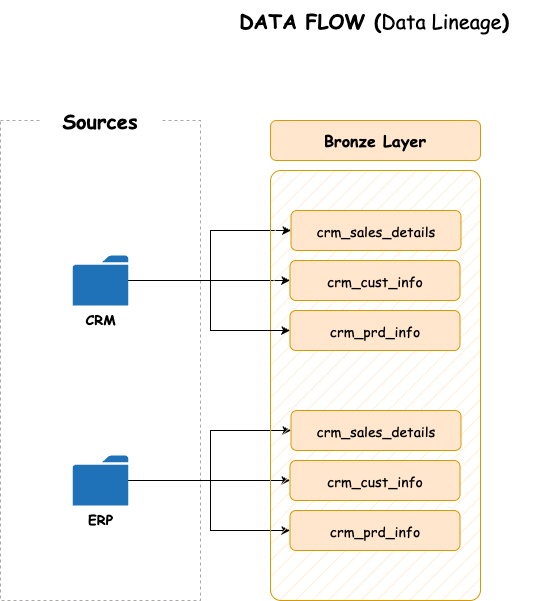
gloryodeyemi/SQL-Data-Warehouse keeps this draw.io diagram as docs/data_flow.png. Above is the earlier version. Source tidied: cells renumbered, new cells last; positions are measured from the earlier drawing's top-left corner, leaving out a move shared by most shapes.
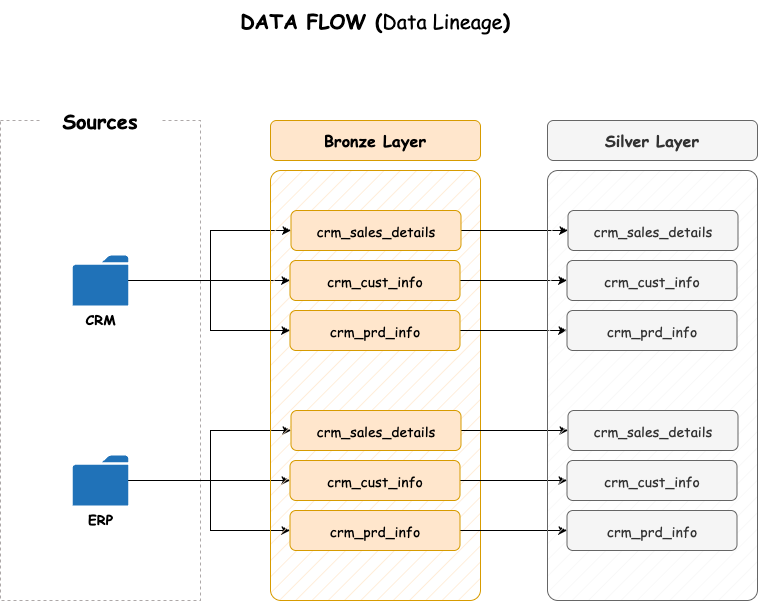
After the commit.

Commit message:
Data flow update

The edit, as a diff of the source:
```diff
@@ -50,12 +50,21 @@
     <mxCell id="12" value="&lt;span&gt;&lt;b&gt;Bronze Layer&lt;/b&gt;&lt;/span&gt;" style="rounded=1;whiteSpace=wrap;html=1;fillColor=#ffe6cc;strokeColor=#d79b00;fontFamily=Comic Sans MS;fontSize=16;fontStyle=0;" parent="1" vertex="1">
       <mxGeometry x="270" y="120" width="210" height="40" as="geometry" />
     </mxCell>
+    <mxCell id="21" style="edgeStyle=orthogonalEdgeStyle;rounded=0;jettySize=auto;html=1;entryX=0;entryY=0.5;entryDx=0;entryDy=0;" parent="1" edge="1" source="13" target="29">
+      <mxGeometry relative="1" as="geometry" />
+    </mxCell>
     <mxCell id="13" value="&lt;span&gt;&lt;font style=&quot;font-size: 14px;&quot;&gt;crm_sales_details&lt;/font&gt;&lt;/span&gt;" style="rounded=1;whiteSpace=wrap;html=1;fillColor=#ffe6cc;strokeColor=#d79b00;fontFamily=Comic Sans MS;fontSize=16;fontStyle=0;" parent="1" vertex="1">
       <mxGeometry x="290.5" y="210" width="170" height="40" as="geometry" />
     </mxCell>
+    <mxCell id="22" style="edgeStyle=orthogonalEdgeStyle;rounded=0;jettySize=auto;html=1;entryX=0;entryY=0.5;entryDx=0;entryDy=0;" parent="1" edge="1" source="14" target="30">
+      <mxGeometry relative="1" as="geometry" />
+    </mxCell>
     <mxCell id="14" value="&lt;span&gt;&lt;font style=&quot;font-size: 14px;&quot;&gt;crm_cust_info&lt;/font&gt;&lt;/span&gt;" style="rounded=1;whiteSpace=wrap;html=1;fillColor=#ffe6cc;strokeColor=#d79b00;fontFamily=Comic Sans MS;fontSize=16;fontStyle=0;" parent="1" vertex="1">
       <mxGeometry x="289.5" y="260" width="170" height="40" as="geometry" />
     </mxCell>
+    <mxCell id="23" style="edgeStyle=orthogonalEdgeStyle;rounded=0;jettySize=auto;html=1;entryX=0;entryY=0.5;entryDx=0;entryDy=0;" parent="1" edge="1" source="15" target="31">
+      <mxGeometry relative="1" as="geometry" />
+    </mxCell>
     <mxCell id="15" value="&lt;span&gt;&lt;font style=&quot;font-size: 14px;&quot;&gt;crm_prd_info&lt;/font&gt;&lt;/span&gt;" style="rounded=1;whiteSpace=wrap;html=1;fillColor=#ffe6cc;strokeColor=#d79b00;fontFamily=Comic Sans MS;fontSize=16;fontStyle=0;" parent="1" vertex="1">
       <mxGeometry x="289.5" y="310" width="170" height="40" as="geometry" />
     </mxCell>
@@ -67,17 +76,50 @@
         </Array>
       </mxGeometry>
     </mxCell>
+    <mxCell id="24" style="edgeStyle=orthogonalEdgeStyle;rounded=0;jettySize=auto;html=1;entryX=0;entryY=0.5;entryDx=0;entryDy=0;" parent="1" edge="1" source="17" target="32">
+      <mxGeometry relative="1" as="geometry" />
+    </mxCell>
     <mxCell id="17" value="&lt;span&gt;&lt;font style=&quot;font-size: 14px;&quot;&gt;crm_sales_details&lt;/font&gt;&lt;/span&gt;" style="rounded=1;whiteSpace=wrap;html=1;fillColor=#ffe6cc;strokeColor=#d79b00;fontFamily=Comic Sans MS;fontSize=16;fontStyle=0;" parent="1" vertex="1">
       <mxGeometry x="290.5" y="410" width="170" height="40" as="geometry" />
     </mxCell>
+    <mxCell id="25" style="edgeStyle=orthogonalEdgeStyle;rounded=0;jettySize=auto;html=1;" parent="1" edge="1" source="18" target="33">
+      <mxGeometry relative="1" as="geometry" />
+    </mxCell>
     <mxCell id="18" value="&lt;span&gt;&lt;font style=&quot;font-size: 14px;&quot;&gt;crm_cust_info&lt;/font&gt;&lt;/span&gt;" style="rounded=1;whiteSpace=wrap;html=1;fillColor=#ffe6cc;strokeColor=#d79b00;fontFamily=Comic Sans MS;fontSize=16;fontStyle=0;" parent="1" vertex="1">
       <mxGeometry x="289.5" y="460" width="170" height="40" as="geometry" />
     </mxCell>
+    <mxCell id="26" style="edgeStyle=orthogonalEdgeStyle;rounded=0;jettySize=auto;html=1;entryX=0;entryY=0.5;entryDx=0;entryDy=0;" parent="1" edge="1" source="19" target="34">
+      <mxGeometry relative="1" as="geometry" />
+    </mxCell>
     <mxCell id="19" value="&lt;span&gt;&lt;font style=&quot;font-size: 14px;&quot;&gt;crm_prd_info&lt;/font&gt;&lt;/span&gt;" style="rounded=1;whiteSpace=wrap;html=1;fillColor=#ffe6cc;strokeColor=#d79b00;fontFamily=Comic Sans MS;fontSize=16;fontStyle=0;" parent="1" vertex="1">
       <mxGeometry x="289.5" y="510" width="170" height="40" as="geometry" />
     </mxCell>
     <mxCell id="20" value="&lt;font style=&quot;font-size: 20px;&quot;&gt;&lt;b&gt;DATA FLOW (&lt;/b&gt;Data Lineage&lt;b&gt;)&lt;/b&gt;&lt;/font&gt;" style="rounded=0;whiteSpace=wrap;html=1;strokeColor=none;fontFamily=Comic Sans MS;" parent="1" vertex="1">
-      <mxGeometry x="201" width="346" height="40" as="geometry" />
+      <mxGeometry x="202" width="346" height="40" as="geometry" />
     </mxCell>
+    <mxCell id="27" style="rounded=1;whiteSpace=wrap;html=1;arcSize=5;fillColor=#f5f5f5;strokeColor=#666666;fillStyle=hatch;fontColor=#333333;" parent="1" vertex="1">
+      <mxGeometry x="547" y="170" width="210" height="430" as="geometry" />
+    </mxCell>
+    <mxCell id="28" value="&lt;span&gt;&lt;b&gt;Silver Layer&lt;/b&gt;&lt;/span&gt;" style="rounded=1;whiteSpace=wrap;html=1;fillColor=#f5f5f5;strokeColor=#666666;fontFamily=Comic Sans MS;fontSize=16;fontStyle=0;fontColor=#333333;" parent="1" vertex="1">
+      <mxGeometry x="547" y="120" width="210" height="40" as="geometry" />
+    </mxCell>
+    <mxCell id="29" value="&lt;span&gt;&lt;font style=&quot;font-size: 14px;&quot;&gt;crm_sales_details&lt;/font&gt;&lt;/span&gt;" style="rounded=1;whiteSpace=wrap;html=1;fillColor=#f5f5f5;strokeColor=#666666;fontFamily=Comic Sans MS;fontSize=16;fontStyle=0;fontColor=#333333;" parent="1" vertex="1">
+      <mxGeometry x="567.5" y="210" width="170" height="40" as="geometry" />
+    </mxCell>
+    <mxCell id="30" value="&lt;span&gt;&lt;font style=&quot;font-size: 14px;&quot;&gt;crm_cust_info&lt;/font&gt;&lt;/span&gt;" style="rounded=1;whiteSpace=wrap;html=1;fillColor=#f5f5f5;strokeColor=#666666;fontFamily=Comic Sans MS;fontSize=16;fontStyle=0;fontColor=#333333;" parent="1" vertex="1">
+      <mxGeometry x="566.5" y="260" width="170" height="40" as="geometry" />
+    </mxCell>
+    <mxCell id="31" value="&lt;span&gt;&lt;font style=&quot;font-size: 14px;&quot;&gt;crm_prd_info&lt;/font&gt;&lt;/span&gt;" style="rounded=1;whiteSpace=wrap;html=1;fillColor=#f5f5f5;strokeColor=#666666;fontFamily=Comic Sans MS;fontSize=16;fontStyle=0;fontColor=#333333;" parent="1" vertex="1">
+      <mxGeometry x="566.5" y="310" width="170" height="40" as="geometry" />
+    </mxCell>
+    <mxCell id="32" value="&lt;span&gt;&lt;font style=&quot;font-size: 14px;&quot;&gt;crm_sales_details&lt;/font&gt;&lt;/span&gt;" style="rounded=1;whiteSpace=wrap;html=1;fillColor=#f5f5f5;strokeColor=#666666;fontFamily=Comic Sans MS;fontSize=16;fontStyle=0;fontColor=#333333;" parent="1" vertex="1">
+      <mxGeometry x="567.5" y="410" width="170" height="40" as="geometry" />
+    </mxCell>
+    <mxCell id="33" value="&lt;span&gt;&lt;font style=&quot;font-size: 14px;&quot;&gt;crm_cust_info&lt;/font&gt;&lt;/span&gt;" style="rounded=1;whiteSpace=wrap;html=1;fillColor=#f5f5f5;strokeColor=#666666;fontFamily=Comic Sans MS;fontSize=16;fontStyle=0;fontColor=#333333;" parent="1" vertex="1">
+      <mxGeometry x="566.5" y="460" width="170" height="40" as="geometry" />
+    </mxCell>
+    <mxCell id="34" value="&lt;span&gt;&lt;font style=&quot;font-size: 14px;&quot;&gt;crm_prd_info&lt;/font&gt;&lt;/span&gt;" style="rounded=1;whiteSpace=wrap;html=1;fillColor=#f5f5f5;strokeColor=#666666;fontFamily=Comic Sans MS;fontSize=16;fontStyle=0;fontColor=#333333;" parent="1" vertex="1">
+      <mxGeometry x="566.5" y="510" width="170" height="40" as="geometry" />
+    </mxCell>
   </root>
 </mxGraphModel>
```
